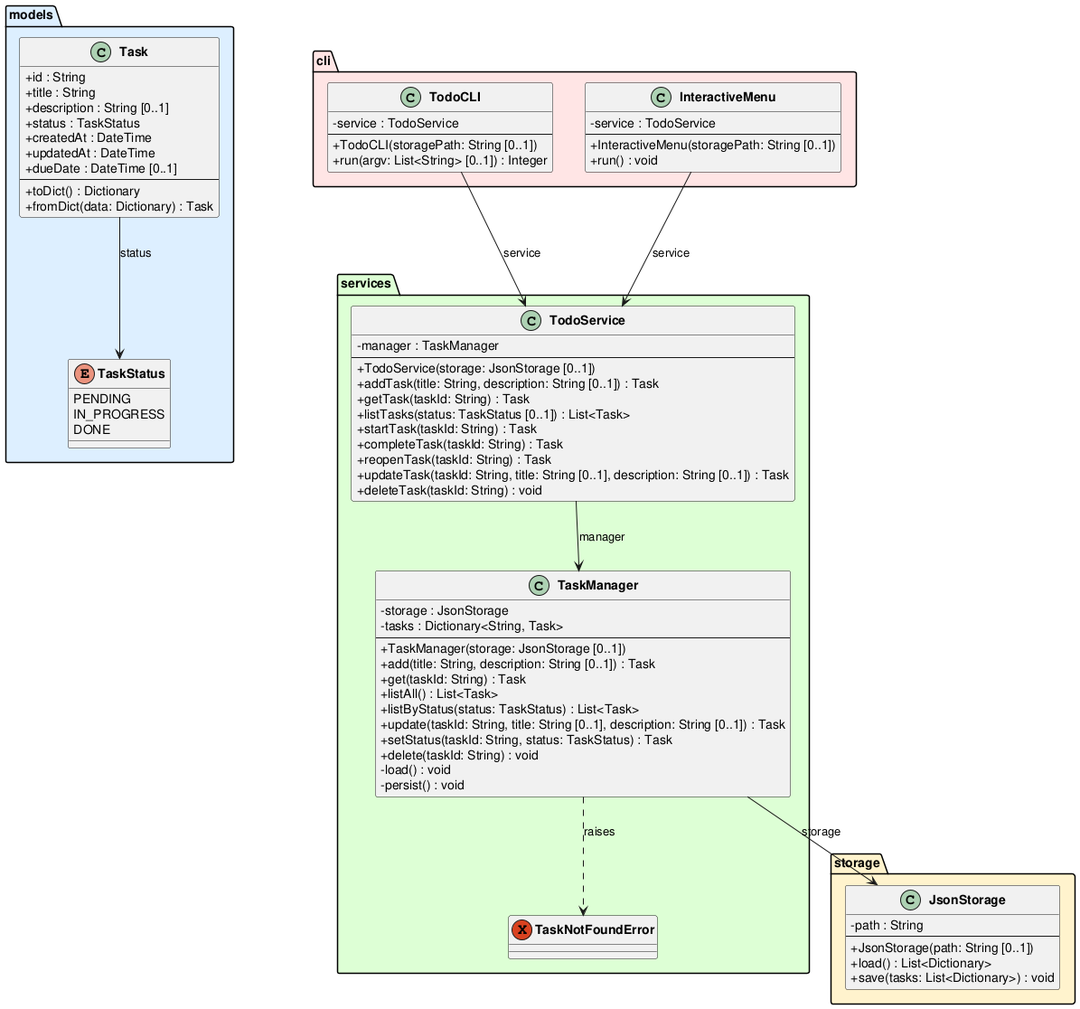
Earlier version of the PlantUML export experiments/broadcast/test_driven/TODO/artifacts/class_diagram.png (DanielRiha8906/Software_autoevolution_using_agents). Source of this version:
```plantuml
@startuml class_diagram

skinparam classAttributeIconSize 0
skinparam classFontStyle bold

package "models" #DDEEFF {
    enum TaskStatus {
        PENDING
        IN_PROGRESS
        DONE
    }

    class Task {
        +id : String
        +title : String
        +description : String [0..1]
        +status : TaskStatus
        +createdAt : DateTime
        +updatedAt : DateTime
        +dueDate : DateTime [0..1]
        --
        +toDict() : Dictionary
        +fromDict(data: Dictionary) : Task
    }
}

package "storage" #FFF3CC {
    class JsonStorage {
        -path : String
        --
        +JsonStorage(path: String [0..1])
        +load() : List<Dictionary>
        +save(tasks: List<Dictionary>) : void
    }
}

package "services" #DDFFD4 {
    exception TaskNotFoundError

    class TaskManager {
        -storage : JsonStorage
        -tasks : Dictionary<String, Task>
        --
        +TaskManager(storage: JsonStorage [0..1])
        +add(title: String, description: String [0..1]) : Task
        +get(taskId: String) : Task
        +listAll() : List<Task>
        +listByStatus(status: TaskStatus) : List<Task>
        +update(taskId: String, title: String [0..1], description: String [0..1]) : Task
        +setStatus(taskId: String, status: TaskStatus) : Task
        +delete(taskId: String) : void
        -load() : void
        -persist() : void
    }

    class TodoService {
        -manager : TaskManager
        --
        +TodoService(storage: JsonStorage [0..1])
        +addTask(title: String, description: String [0..1]) : Task
        +getTask(taskId: String) : Task
        +listTasks(status: TaskStatus [0..1]) : List<Task>
        +startTask(taskId: String) : Task
        +completeTask(taskId: String) : Task
        +reopenTask(taskId: String) : Task
        +updateTask(taskId: String, title: String [0..1], description: String [0..1]) : Task
        +deleteTask(taskId: String) : void
    }
}

package "cli" #FFE5E5 {
    class TodoCLI {
        -service : TodoService
        --
        +TodoCLI(storagePath: String [0..1])
        +run(argv: List<String> [0..1]) : Integer
    }

    class InteractiveMenu {
        -service : TodoService
        --
        +InteractiveMenu(storagePath: String [0..1])
        +run() : void
    }
}

Task --> TaskStatus : status
TaskManager --> JsonStorage : storage
TaskManager ..> TaskNotFoundError : raises
TodoService --> TaskManager : manager
TodoCLI --> TodoService : service
InteractiveMenu --> TodoService : service

@enduml
```
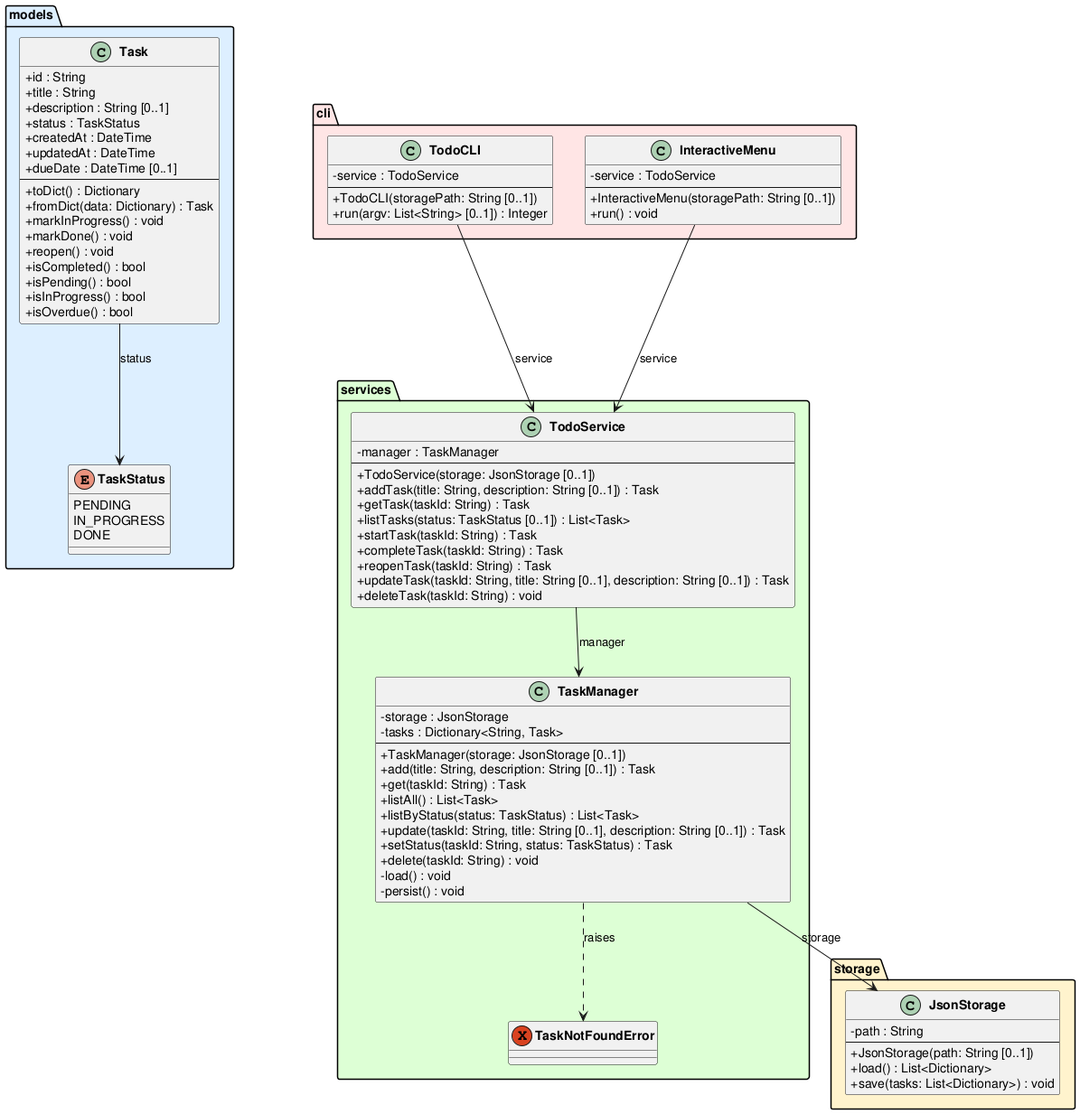
Above is the later version.

Change to the diagram source:
```diff
@@ -21,6 +21,13 @@
         --
         +toDict() : Dictionary
         +fromDict(data: Dictionary) : Task
+        +markInProgress() : void
+        +markDone() : void
+        +reopen() : void
+        +isCompleted() : bool
+        +isPending() : bool
+        +isInProgress() : bool
+        +isOverdue() : bool
     }
 }
 
```
